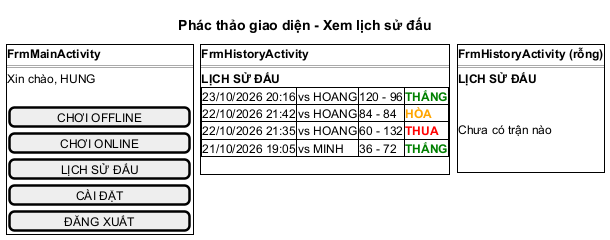
This is docs/hung/giao-dien-uc06.png from HungNguyenBa1811/math-dash, a PlantUML export, as it was before one commit.
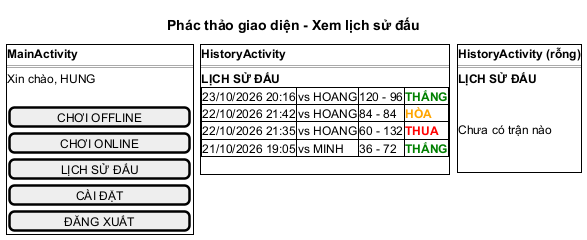
Above is the later version.

The edit, as a diff of the source:
```diff
@@ -2,7 +2,7 @@
 title Phác thảo giao diện - Xem lịch sử đấu
 {
   {+
-  <b>FrmMainActivity
+  <b>MainActivity
   ==
   Xin chào, HUNG
   .
@@ -12,7 +12,7 @@
   [        CÀI ĐẶT       ]
   [       ĐĂNG XUẤT      ]
   } | . | {+
-  <b>FrmHistoryActivity
+  <b>HistoryActivity
   ==
   <b>LỊCH SỬ ĐẤU
   {#
@@ -23,7 +23,7 @@
   }
   .
   } | . | {+
-  <b>FrmHistoryActivity (rỗng)
+  <b>HistoryActivity (rỗng)
   ==
   <b>LỊCH SỬ ĐẤU
   .
```
